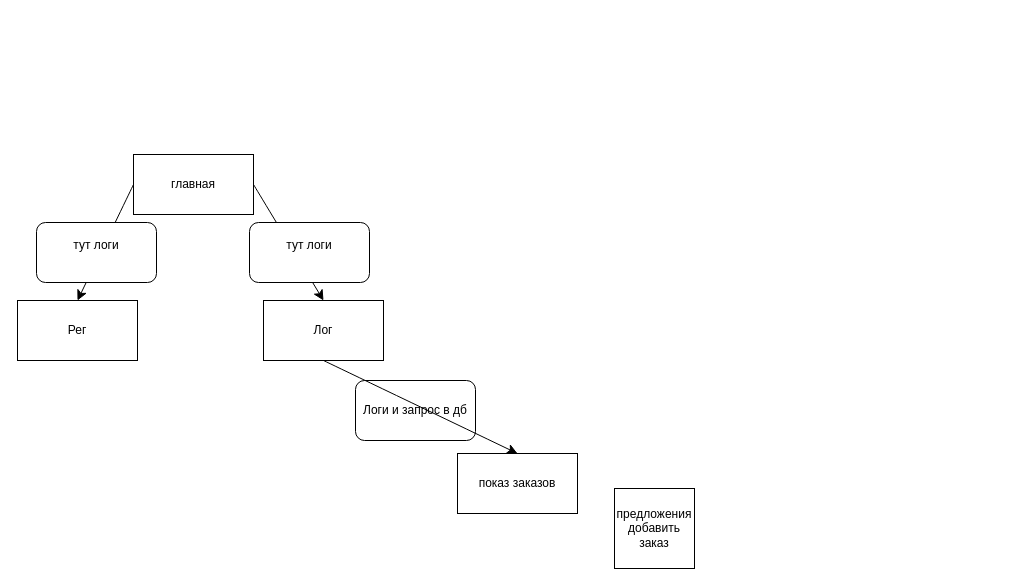
This is Road_map/Диаграмма без названия.drawio from Froo-tech/Pizza_django, a draw.io file, before an edit. Source tidied: cells renumbered, new cells numbered last; positions are measured from the earlier drawing's top-left corner, leaving out a move shared by most shapes. Both pictures are drawn from the tidied source at 100%, with x=0, y=0 at pixel (17, 154).
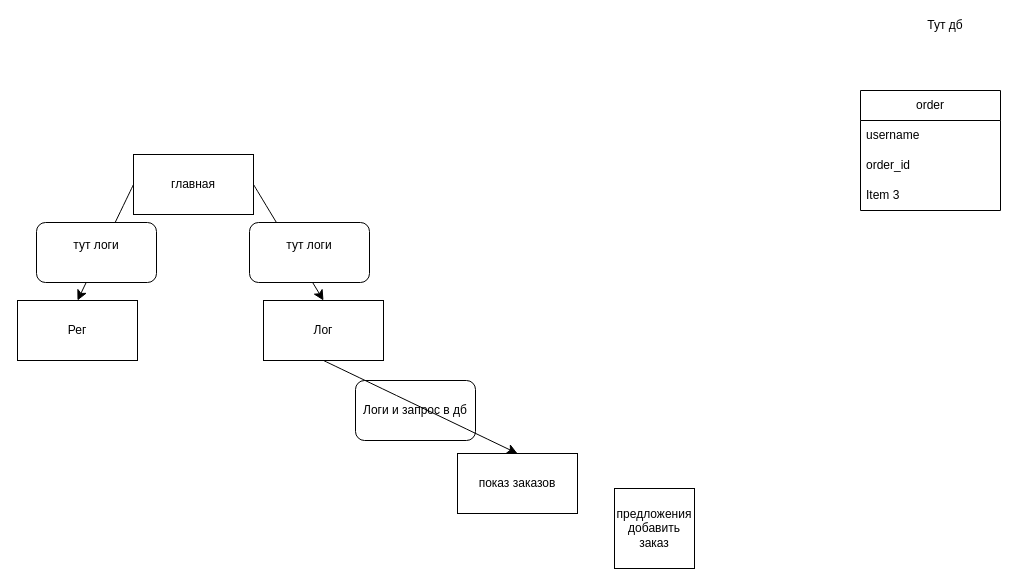
The same page after the edit.

The edit, as a diff of the source:
```diff
@@
 <mxGraphModel>
   <root>
     <mxCell id="0" />
     <mxCell id="1" parent="0" />
     <mxCell id="2" value="главная" style="rounded=0;whiteSpace=wrap;html=1;" parent="1" vertex="1">
       <mxGeometry x="116" width="120" height="60" as="geometry" />
     </mxCell>
     <mxCell id="3" value="Лог" style="rounded=0;whiteSpace=wrap;html=1;" parent="1" vertex="1">
       <mxGeometry x="246" y="146" width="120" height="60" as="geometry" />
     </mxCell>
     <mxCell id="4" value="Рег" style="rounded=0;whiteSpace=wrap;html=1;" parent="1" vertex="1">
       <mxGeometry y="146" width="120" height="60" as="geometry" />
     </mxCell>
     <mxCell id="5" style="endArrow=classic;html=1;rounded=0;fontSize=12;startSize=8;endSize=8;curved=1;entryX=0.5;entryY=0;entryDx=0;entryDy=0;exitX=0;exitY=0.5;exitDx=0;exitDy=0;" parent="1" edge="1" source="2" target="4">
       <mxGeometry relative="1" as="geometry" />
     </mxCell>
     <mxCell id="6" style="endArrow=classic;html=1;rounded=0;fontSize=12;startSize=8;endSize=8;curved=1;entryX=0.5;entryY=0;entryDx=0;entryDy=0;exitX=1;exitY=0.5;exitDx=0;exitDy=0;" parent="1" edge="1" source="2" target="3">
       <mxGeometry relative="1" as="geometry" />
     </mxCell>
     <mxCell id="7" value="тут логи&lt;div&gt;&lt;br&gt;&lt;/div&gt;" style="rounded=1;whiteSpace=wrap;html=1;" parent="1" vertex="1">
       <mxGeometry x="19" y="68" width="120" height="60" as="geometry" />
     </mxCell>
     <mxCell id="8" value="тут логи&lt;div&gt;&lt;br&gt;&lt;/div&gt;" style="rounded=1;whiteSpace=wrap;html=1;" parent="1" vertex="1">
       <mxGeometry x="232" y="68" width="120" height="60" as="geometry" />
     </mxCell>
     <mxCell id="9" value="показ заказов" style="rounded=0;whiteSpace=wrap;html=1;" parent="1" vertex="1">
       <mxGeometry x="440" y="299" width="120" height="60" as="geometry" />
     </mxCell>
     <mxCell id="10" value="Логи и запрос в дб" style="rounded=1;whiteSpace=wrap;html=1;" parent="1" vertex="1">
       <mxGeometry x="338" y="226" width="120" height="60" as="geometry" />
     </mxCell>
     <mxCell id="11" value="предложения добавить заказ" style="whiteSpace=wrap;html=1;" parent="1" vertex="1">
       <mxGeometry x="597" y="334" width="80" height="80" as="geometry" />
     </mxCell>
     <mxCell id="12" style="endArrow=classic;html=1;rounded=0;fontSize=12;startSize=8;endSize=8;curved=1;exitX=0.5;exitY=1;exitDx=0;exitDy=0;entryX=0.5;entryY=0;entryDx=0;entryDy=0;" parent="1" edge="1" source="3" target="9">
       <mxGeometry relative="1" as="geometry" />
     </mxCell>
+    <mxCell id="13" value="order" style="swimlane;fontStyle=0;horizontal=1;startSize=30;whiteSpace=wrap;html=1;" parent="1" vertex="1">
+      <mxGeometry x="843" y="-64" width="140" height="120" as="geometry" />
+    </mxCell>
+    <mxCell id="14" value="username" style="text;strokeColor=none;fillColor=none;align=left;verticalAlign=middle;spacingLeft=4;spacingRight=4;overflow=hidden;whiteSpace=wrap;html=1;" parent="13" vertex="1">
+      <mxGeometry y="30" width="140" height="30" as="geometry" />
+    </mxCell>
+    <mxCell id="15" value="order_id" style="text;strokeColor=none;fillColor=none;align=left;verticalAlign=middle;spacingLeft=4;spacingRight=4;overflow=hidden;whiteSpace=wrap;html=1;" parent="13" vertex="1">
+      <mxGeometry y="60" width="140" height="30" as="geometry" />
+    </mxCell>
+    <mxCell id="16" value="Item 3" style="text;strokeColor=none;fillColor=none;align=left;verticalAlign=middle;spacingLeft=4;spacingRight=4;overflow=hidden;whiteSpace=wrap;html=1;" parent="13" vertex="1">
+      <mxGeometry y="90" width="140" height="30" as="geometry" />
+    </mxCell>
+    <mxCell id="17" value="Тут дб&lt;div&gt;&lt;br&gt;&lt;/div&gt;" style="text;html=1;align=center;verticalAlign=middle;whiteSpace=wrap;rounded=0;" parent="1" vertex="1">
+      <mxGeometry x="898" y="-137" width="60" height="30" as="geometry" />
+    </mxCell>
   </root>
 </mxGraphModel>
```
